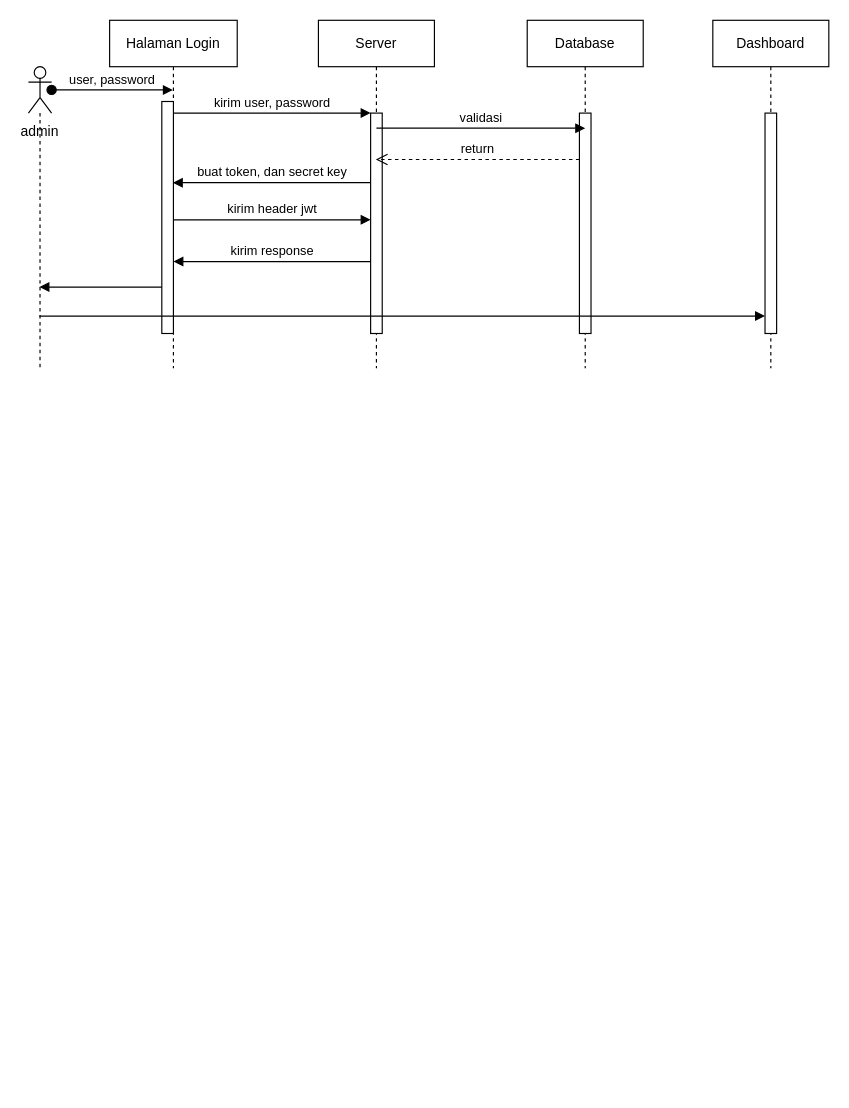
dzikfr/aplikasi-absensi-baharkam-2024 keeps this draw.io diagram as page "Admin" (1 of 2) of sequenceDiagram.drawio. Above is the earlier version. Source tidied: cells renumbered, new cells numbered last; positions are measured from the earlier drawing's top-left corner, leaving out a move shared by most shapes. Both pictures are drawn from the tidied source at 116%, with x=0, y=0 at pixel (28, 20).
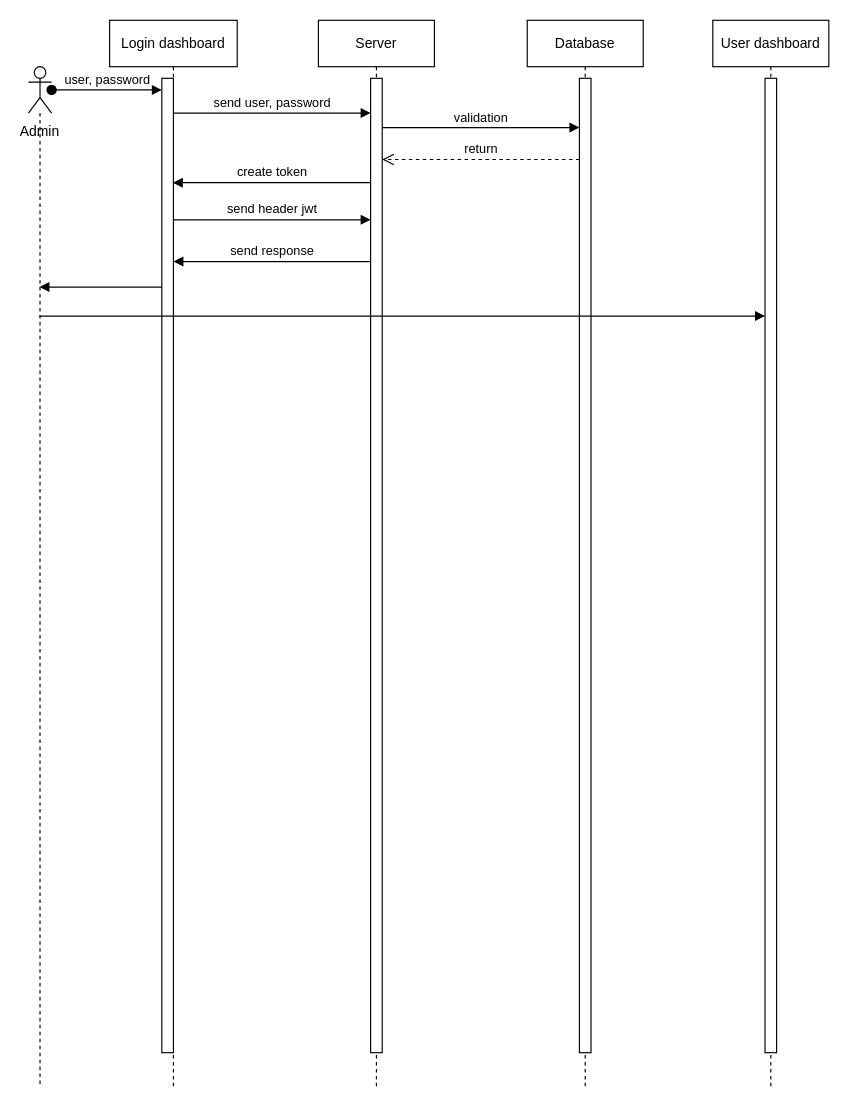
The same diagram, later.

What changed in the source:
```diff
@@
-    <mxCell id="2" value="Halaman Login" style="shape=umlLifeline;perimeter=lifelinePerimeter;whiteSpace=wrap;html=1;outlineConnect=0;portConstraint=eastwest;newEdgeStyle={&quot;edgeStyle&quot;:&quot;elbowEdgeStyle&quot;,&quot;elbow&quot;:&quot;vertical&quot;,&quot;curved&quot;:0,&quot;rounded&quot;:0};" parent="1" vertex="1">
-      <mxGeometry x="70" width="110" height="300" as="geometry" />
+    <mxCell id="2" value="Login dashboard" style="shape=umlLifeline;perimeter=lifelinePerimeter;whiteSpace=wrap;html=1;outlineConnect=0;portConstraint=eastwest;newEdgeStyle={&quot;edgeStyle&quot;:&quot;elbowEdgeStyle&quot;,&quot;elbow&quot;:&quot;vertical&quot;,&quot;curved&quot;:0,&quot;rounded&quot;:0};" parent="1" vertex="1">
+      <mxGeometry x="70" width="110" height="920" as="geometry" />
     </mxCell>
     <mxCell id="3" style="html=1;points=[];perimeter=orthogonalPerimeter;outlineConnect=0;targetShapes=umlLifeline;portConstraint=eastwest;newEdgeStyle={&quot;edgeStyle&quot;:&quot;elbowEdgeStyle&quot;,&quot;elbow&quot;:&quot;vertical&quot;,&quot;curved&quot;:0,&quot;rounded&quot;:0};" parent="2" vertex="1">
-      <mxGeometry x="45" y="70" width="10" height="200" as="geometry" />
+      <mxGeometry x="45" y="50" width="10" height="840" as="geometry" />
     </mxCell>
     <mxCell id="4" value="Server" style="shape=umlLifeline;perimeter=lifelinePerimeter;whiteSpace=wrap;html=1;outlineConnect=0;portConstraint=eastwest;newEdgeStyle={&quot;edgeStyle&quot;:&quot;elbowEdgeStyle&quot;,&quot;elbow&quot;:&quot;vertical&quot;,&quot;curved&quot;:0,&quot;rounded&quot;:0};" parent="1" vertex="1">
-      <mxGeometry x="250" width="100" height="300" as="geometry" />
+      <mxGeometry x="250" width="100" height="920" as="geometry" />
     </mxCell>
     <mxCell id="5" style="html=1;points=[];perimeter=orthogonalPerimeter;outlineConnect=0;targetShapes=umlLifeline;portConstraint=eastwest;newEdgeStyle={&quot;edgeStyle&quot;:&quot;elbowEdgeStyle&quot;,&quot;elbow&quot;:&quot;vertical&quot;,&quot;curved&quot;:0,&quot;rounded&quot;:0};" parent="4" vertex="1">
-      <mxGeometry x="45" y="80" width="10" height="190" as="geometry" />
+      <mxGeometry x="45" y="50" width="10" height="840" as="geometry" />
     </mxCell>
-    <mxCell id="6" value="kirim user, password" style="html=1;verticalAlign=bottom;endArrow=block;edgeStyle=elbowEdgeStyle;elbow=vertical;curved=0;rounded=0;" parent="1" edge="1" source="3" target="5">
+    <mxCell id="6" value="send user, password" style="html=1;verticalAlign=bottom;endArrow=block;edgeStyle=elbowEdgeStyle;elbow=vertical;curved=0;rounded=0;" parent="1" edge="1" source="3" target="5">
       <mxGeometry relative="1" as="geometry">
         <Array as="points">
           <mxPoint x="210" y="80" />
         </Array>
       </mxGeometry>
     </mxCell>
-    <mxCell id="7" value="return" style="html=1;verticalAlign=bottom;endArrow=open;dashed=1;endSize=8;edgeStyle=elbowEdgeStyle;elbow=vertical;curved=0;rounded=0;" parent="1" edge="1" source="11" target="4">
+    <mxCell id="7" value="return" style="html=1;verticalAlign=bottom;endArrow=open;dashed=1;endSize=8;edgeStyle=elbowEdgeStyle;elbow=vertical;curved=0;rounded=0;" parent="1" edge="1" source="11" target="5">
       <mxGeometry relative="1" as="geometry">
         <Array as="points">
           <mxPoint x="380" y="120" />
         </Array>
       </mxGeometry>
     </mxCell>
-    <mxCell id="8" value="buat token, dan secret key" style="html=1;verticalAlign=bottom;endArrow=block;edgeStyle=elbowEdgeStyle;elbow=vertical;curved=0;rounded=0;" parent="1" edge="1">
+    <mxCell id="8" value="create token" style="html=1;verticalAlign=bottom;endArrow=block;edgeStyle=elbowEdgeStyle;elbow=vertical;curved=0;rounded=0;" parent="1" edge="1">
       <mxGeometry relative="1" as="geometry">
         <mxPoint x="295" y="140" as="sourcePoint" />
         <mxPoint x="124.5" y="140" as="targetPoint" />
         <Array as="points">
           <mxPoint x="220" y="140" />
         </Array>
       </mxGeometry>
     </mxCell>
-    <mxCell id="9" value="user, password" style="html=1;verticalAlign=bottom;startArrow=oval;endArrow=block;startSize=8;edgeStyle=elbowEdgeStyle;elbow=vertical;curved=0;rounded=0;exitX=1;exitY=0.3333333333333333;exitDx=0;exitDy=0;exitPerimeter=0;" parent="1" edge="1" target="2">
+    <mxCell id="9" value="user, password" style="html=1;verticalAlign=bottom;startArrow=oval;endArrow=block;startSize=8;edgeStyle=elbowEdgeStyle;elbow=vertical;curved=0;rounded=0;exitX=1;exitY=0.3333333333333333;exitDx=0;exitDy=0;exitPerimeter=0;" parent="1" edge="1" target="3">
       <mxGeometry relative="1" as="geometry">
         <mxPoint x="20" y="60" as="sourcePoint" />
       </mxGeometry>
     </mxCell>
     <mxCell id="10" value="Database" style="shape=umlLifeline;perimeter=lifelinePerimeter;whiteSpace=wrap;html=1;newEdgeStyle={&quot;edgeStyle&quot;:&quot;elbowEdgeStyle&quot;,&quot;elbow&quot;:&quot;vertical&quot;,&quot;curved&quot;:0,&quot;rounded&quot;:0};" parent="1" vertex="1">
-      <mxGeometry x="430" width="100" height="300" as="geometry" />
+      <mxGeometry x="430" width="100" height="920" as="geometry" />
     </mxCell>
     <mxCell id="11" style="html=1;points=[];perimeter=orthogonalPerimeter;outlineConnect=0;targetShapes=umlLifeline;portConstraint=eastwest;newEdgeStyle={&quot;edgeStyle&quot;:&quot;elbowEdgeStyle&quot;,&quot;elbow&quot;:&quot;vertical&quot;,&quot;curved&quot;:0,&quot;rounded&quot;:0};" parent="10" vertex="1">
-      <mxGeometry x="45" y="80" width="10" height="190" as="geometry" />
+      <mxGeometry x="45" y="50" width="10" height="840" as="geometry" />
     </mxCell>
-    <mxCell id="12" value="validasi" style="html=1;verticalAlign=bottom;endArrow=block;edgeStyle=elbowEdgeStyle;elbow=horizontal;curved=0;rounded=0;" parent="1" edge="1">
+    <mxCell id="12" value="validation" style="html=1;verticalAlign=bottom;endArrow=block;edgeStyle=elbowEdgeStyle;elbow=horizontal;curved=0;rounded=0;" parent="1" edge="1" source="5" target="11">
       <mxGeometry relative="1" as="geometry">
-        <mxPoint x="300" y="93" as="sourcePoint" />
-        <mxPoint x="480" y="93" as="targetPoint" />
         <Array as="points">
           <mxPoint x="395" y="92.5" />
         </Array>
       </mxGeometry>
     </mxCell>
-    <mxCell id="13" value="kirim header jwt" style="html=1;verticalAlign=bottom;endArrow=block;edgeStyle=elbowEdgeStyle;elbow=vertical;curved=0;rounded=0;" parent="1" edge="1">
+    <mxCell id="13" value="send header jwt" style="html=1;verticalAlign=bottom;endArrow=block;edgeStyle=elbowEdgeStyle;elbow=vertical;curved=0;rounded=0;" parent="1" edge="1">
       <mxGeometry relative="1" as="geometry">
         <mxPoint x="125" y="172" as="sourcePoint" />
         <mxPoint x="295" y="172" as="targetPoint" />
         <Array as="points">
           <mxPoint x="215" y="172" />
         </Array>
       </mxGeometry>
     </mxCell>
-    <mxCell id="14" value="Dashboard" style="shape=umlLifeline;perimeter=lifelinePerimeter;whiteSpace=wrap;html=1;newEdgeStyle={&quot;edgeStyle&quot;:&quot;elbowEdgeStyle&quot;,&quot;elbow&quot;:&quot;vertical&quot;,&quot;curved&quot;:0,&quot;rounded&quot;:0};" parent="1" vertex="1">
-      <mxGeometry x="590" width="100" height="300" as="geometry" />
+    <mxCell id="14" value="User dashboard" style="shape=umlLifeline;perimeter=lifelinePerimeter;whiteSpace=wrap;html=1;newEdgeStyle={&quot;edgeStyle&quot;:&quot;elbowEdgeStyle&quot;,&quot;elbow&quot;:&quot;vertical&quot;,&quot;curved&quot;:0,&quot;rounded&quot;:0};" parent="1" vertex="1">
+      <mxGeometry x="590" width="100" height="920" as="geometry" />
     </mxCell>
     <mxCell id="15" style="html=1;perimeter=orthogonalPerimeter;targetShapes=umlLifeline;newEdgeStyle={&quot;edgeStyle&quot;:&quot;elbowEdgeStyle&quot;,&quot;elbow&quot;:&quot;vertical&quot;,&quot;curved&quot;:0,&quot;rounded&quot;:0};" parent="14" vertex="1">
-      <mxGeometry x="45" y="80" width="10" height="190" as="geometry" />
+      <mxGeometry x="45" y="50" width="10" height="840" as="geometry" />
     </mxCell>
@@
-    <mxCell id="17" value="&lt;div&gt;&lt;br&gt;&lt;/div&gt;&lt;div&gt;&lt;br&gt;&lt;/div&gt;&lt;div&gt;&lt;br&gt;&lt;/div&gt;&lt;div&gt;&lt;br&gt;&lt;/div&gt;&lt;div&gt;&lt;br&gt;&lt;/div&gt;admin" style="shape=umlLifeline;perimeter=lifelinePerimeter;whiteSpace=wrap;html=1;outlineConnect=0;portConstraint=eastwest;newEdgeStyle={&quot;curved&quot;:0,&quot;rounded&quot;:0};participant=umlActor;" parent="1" vertex="1">
-      <mxGeometry y="40" width="20" height="260" as="geometry" />
+    <mxCell id="17" value="&lt;div&gt;&lt;br&gt;&lt;/div&gt;&lt;div&gt;&lt;br&gt;&lt;/div&gt;&lt;div&gt;&lt;br&gt;&lt;/div&gt;&lt;div&gt;&lt;br&gt;&lt;/div&gt;&lt;div&gt;&lt;br&gt;&lt;/div&gt;Admin" style="shape=umlLifeline;perimeter=lifelinePerimeter;whiteSpace=wrap;html=1;outlineConnect=0;portConstraint=eastwest;newEdgeStyle={&quot;curved&quot;:0,&quot;rounded&quot;:0};participant=umlActor;" parent="1" vertex="1">
+      <mxGeometry y="40" width="20" height="880" as="geometry" />
     </mxCell>
-    <mxCell id="18" value="kirim response" style="html=1;verticalAlign=bottom;endArrow=block;edgeStyle=elbowEdgeStyle;elbow=horizontal;curved=0;rounded=0;" parent="1" edge="1">
+    <mxCell id="18" value="send response" style="html=1;verticalAlign=bottom;endArrow=block;edgeStyle=elbowEdgeStyle;elbow=horizontal;curved=0;rounded=0;" parent="1" edge="1">
       <mxGeometry relative="1" as="geometry">
         <mxPoint x="295" y="208" as="sourcePoint" />
         <mxPoint x="125" y="208" as="targetPoint" />
         <Array as="points">
           <mxPoint x="210.5" y="208" />
         </Array>
       </mxGeometry>
     </mxCell>
```
